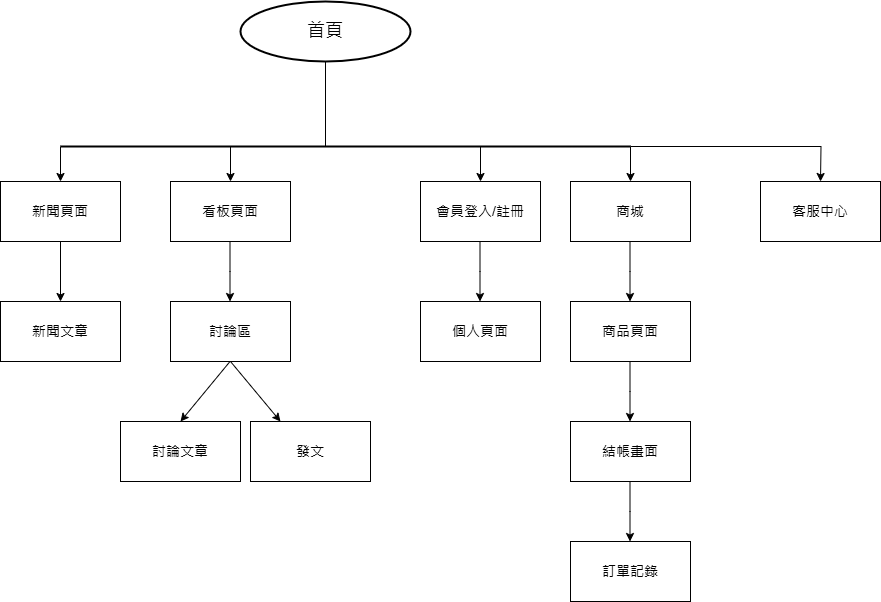
Before: docs/Architecture.drawio.png, a diagram exported from draw.io (tim93009/FinalProject_GameForum). Source tidied: cells renumbered, new cells last; positions are measured from the earlier drawing's top-left corner, leaving out a move shared by most shapes. The source it was exported from:
```xml
<mxGraphModel>
  <root>
    <mxCell id="0" />
    <mxCell id="1" parent="0" />
    <mxCell id="2" value="&lt;font style=&quot;font-size: 18px;&quot;&gt;首頁&lt;/font&gt;" style="strokeWidth=2;html=1;shape=mxgraph.flowchart.start_1;whiteSpace=wrap;" parent="1" vertex="1">
      <mxGeometry x="240" width="170" height="60" as="geometry" />
    </mxCell>
    <mxCell id="3" style="endArrow=none;html=1;rounded=0;entryX=0.5;entryY=1;entryDx=0;entryDy=0;entryPerimeter=0;exitX=0;exitY=0.5;exitDx=0;exitDy=0;exitPerimeter=0;" parent="1" edge="1" target="2">
      <mxGeometry relative="1" as="geometry">
        <mxPoint x="325" y="145" as="sourcePoint" />
      </mxGeometry>
    </mxCell>
    <mxCell id="4" style="edgeStyle=orthogonalEdgeStyle;rounded=0;jettySize=auto;html=1;exitX=0;exitY=0.5;exitDx=0;exitDy=0;exitPerimeter=0;" parent="1" edge="1" source="9">
      <mxGeometry relative="1" as="geometry">
        <mxPoint x="60" y="180" as="targetPoint" />
      </mxGeometry>
    </mxCell>
    <mxCell id="5" style="edgeStyle=orthogonalEdgeStyle;rounded=0;jettySize=auto;html=1;exitX=0.25;exitY=0.5;exitDx=0;exitDy=0;exitPerimeter=0;" parent="1" edge="1" source="9">
      <mxGeometry relative="1" as="geometry">
        <mxPoint x="230" y="180" as="targetPoint" />
        <Array as="points">
          <mxPoint x="230" y="145" />
        </Array>
      </mxGeometry>
    </mxCell>
    <mxCell id="6" style="edgeStyle=orthogonalEdgeStyle;rounded=0;jettySize=auto;html=1;exitX=0.75;exitY=0.5;exitDx=0;exitDy=0;exitPerimeter=0;" parent="1" edge="1" source="9">
      <mxGeometry relative="1" as="geometry">
        <mxPoint x="480" y="180" as="targetPoint" />
      </mxGeometry>
    </mxCell>
    <mxCell id="7" style="edgeStyle=orthogonalEdgeStyle;rounded=0;jettySize=auto;html=1;exitX=1;exitY=0.5;exitDx=0;exitDy=0;exitPerimeter=0;" parent="1" edge="1" source="9">
      <mxGeometry relative="1" as="geometry">
        <mxPoint x="630" y="180" as="targetPoint" />
      </mxGeometry>
    </mxCell>
    <mxCell id="8" style="edgeStyle=orthogonalEdgeStyle;rounded=0;jettySize=auto;html=1;" parent="1" edge="1" source="9">
      <mxGeometry relative="1" as="geometry">
        <mxPoint x="820" y="180" as="targetPoint" />
      </mxGeometry>
    </mxCell>
    <mxCell id="9" style="line;strokeWidth=2;html=1;" parent="1" vertex="1">
      <mxGeometry x="60" y="140" width="570" height="10" as="geometry" />
    </mxCell>
    <mxCell id="10" value="&lt;font style=&quot;font-size: 14px;&quot;&gt;新聞頁面&lt;/font&gt;" style="rounded=0;whiteSpace=wrap;html=1;" parent="1" vertex="1">
      <mxGeometry y="180" width="120" height="60" as="geometry" />
    </mxCell>
    <mxCell id="11" style="endArrow=classic;html=1;rounded=0;exitX=0.5;exitY=1;exitDx=0;exitDy=0;" parent="1" edge="1" source="10">
      <mxGeometry relative="1" as="geometry">
        <mxPoint x="60" y="300" as="targetPoint" />
      </mxGeometry>
    </mxCell>
    <mxCell id="12" value="&lt;font style=&quot;font-size: 14px;&quot;&gt;新聞文章&lt;/font&gt;" style="rounded=0;whiteSpace=wrap;html=1;" parent="1" vertex="1">
      <mxGeometry y="300" width="120" height="60" as="geometry" />
    </mxCell>
    <mxCell id="13" value="&lt;font style=&quot;font-size: 14px;&quot;&gt;看板頁面&lt;/font&gt;" style="rounded=0;whiteSpace=wrap;html=1;" parent="1" vertex="1">
      <mxGeometry x="170" y="180" width="120" height="60" as="geometry" />
    </mxCell>
    <mxCell id="14" style="endArrow=classic;html=1;rounded=0;exitX=0.5;exitY=1;exitDx=0;exitDy=0;" parent="1" edge="1">
      <mxGeometry relative="1" as="geometry">
        <mxPoint x="229.5" y="240" as="sourcePoint" />
        <mxPoint x="229.5" y="300" as="targetPoint" />
        <Array as="points">
          <mxPoint x="229.5" y="270" />
        </Array>
      </mxGeometry>
    </mxCell>
    <mxCell id="15" value="&lt;font style=&quot;font-size: 14px;&quot;&gt;討論區&lt;/font&gt;" style="rounded=0;whiteSpace=wrap;html=1;" parent="1" vertex="1">
      <mxGeometry x="170" y="300" width="120" height="60" as="geometry" />
    </mxCell>
    <mxCell id="16" value="&lt;font style=&quot;font-size: 14px;&quot;&gt;會員登入/註冊&lt;/font&gt;" style="rounded=0;whiteSpace=wrap;html=1;" parent="1" vertex="1">
      <mxGeometry x="420" y="180" width="120" height="60" as="geometry" />
    </mxCell>
    <mxCell id="17" style="endArrow=classic;html=1;rounded=0;exitX=0.5;exitY=1;exitDx=0;exitDy=0;" parent="1" edge="1">
      <mxGeometry relative="1" as="geometry">
        <mxPoint x="479.5" y="240" as="sourcePoint" />
        <mxPoint x="479.5" y="300" as="targetPoint" />
        <Array as="points">
          <mxPoint x="479.5" y="270" />
        </Array>
      </mxGeometry>
    </mxCell>
    <mxCell id="18" value="&lt;font style=&quot;font-size: 14px;&quot;&gt;個人頁面&lt;/font&gt;" style="rounded=0;whiteSpace=wrap;html=1;" parent="1" vertex="1">
      <mxGeometry x="420" y="300" width="120" height="60" as="geometry" />
    </mxCell>
    <mxCell id="19" value="&lt;font style=&quot;font-size: 14px;&quot;&gt;商城&lt;/font&gt;" style="rounded=0;whiteSpace=wrap;html=1;" parent="1" vertex="1">
      <mxGeometry x="570" y="180" width="120" height="60" as="geometry" />
    </mxCell>
    <mxCell id="20" style="endArrow=classic;html=1;rounded=0;exitX=0.5;exitY=1;exitDx=0;exitDy=0;" parent="1" edge="1">
      <mxGeometry relative="1" as="geometry">
        <mxPoint x="629.5" y="240" as="sourcePoint" />
        <mxPoint x="629.5" y="300" as="targetPoint" />
        <Array as="points">
          <mxPoint x="629.5" y="270" />
        </Array>
      </mxGeometry>
    </mxCell>
    <mxCell id="21" value="&lt;font style=&quot;font-size: 14px;&quot;&gt;商品頁面&lt;/font&gt;" style="rounded=0;whiteSpace=wrap;html=1;" parent="1" vertex="1">
      <mxGeometry x="570" y="300" width="120" height="60" as="geometry" />
    </mxCell>
    <mxCell id="22" value="&lt;font style=&quot;font-size: 14px;&quot;&gt;討論文章&lt;/font&gt;" style="rounded=0;whiteSpace=wrap;html=1;" parent="1" vertex="1">
      <mxGeometry x="120" y="420" width="120" height="60" as="geometry" />
    </mxCell>
    <mxCell id="23" style="endArrow=classic;html=1;rounded=0;exitX=0.5;exitY=1;exitDx=0;exitDy=0;entryX=0.5;entryY=0;entryDx=0;entryDy=0;" parent="1" edge="1" target="22">
      <mxGeometry relative="1" as="geometry">
        <mxPoint x="229.5" y="360" as="sourcePoint" />
      </mxGeometry>
    </mxCell>
    <mxCell id="24" style="endArrow=classic;html=1;rounded=0;exitX=0.5;exitY=1;exitDx=0;exitDy=0;" parent="1" edge="1" source="15">
      <mxGeometry relative="1" as="geometry">
        <mxPoint x="280" y="420" as="targetPoint" />
      </mxGeometry>
    </mxCell>
    <mxCell id="25" value="&lt;font style=&quot;font-size: 14px;&quot;&gt;發文&lt;/font&gt;" style="rounded=0;whiteSpace=wrap;html=1;" parent="1" vertex="1">
      <mxGeometry x="250" y="420" width="120" height="60" as="geometry" />
    </mxCell>
    <mxCell id="26" value="&lt;font style=&quot;font-size: 14px;&quot;&gt;客服中心&lt;/font&gt;" style="rounded=0;whiteSpace=wrap;html=1;" parent="1" vertex="1">
      <mxGeometry x="760" y="180" width="120" height="60" as="geometry" />
    </mxCell>
    <mxCell id="27" style="endArrow=classic;html=1;rounded=0;exitX=0.5;exitY=1;exitDx=0;exitDy=0;" parent="1" edge="1">
      <mxGeometry relative="1" as="geometry">
        <mxPoint x="629.5" y="360" as="sourcePoint" />
        <mxPoint x="629.5" y="420" as="targetPoint" />
        <Array as="points">
          <mxPoint x="629.5" y="390" />
        </Array>
      </mxGeometry>
    </mxCell>
    <mxCell id="28" value="&lt;font style=&quot;font-size: 14px;&quot;&gt;結帳畫面&lt;/font&gt;" style="rounded=0;whiteSpace=wrap;html=1;" parent="1" vertex="1">
      <mxGeometry x="570" y="420" width="120" height="60" as="geometry" />
    </mxCell>
    <mxCell id="29" style="endArrow=classic;html=1;rounded=0;exitX=0.5;exitY=1;exitDx=0;exitDy=0;" parent="1" edge="1">
      <mxGeometry relative="1" as="geometry">
        <mxPoint x="629.5" y="480" as="sourcePoint" />
        <mxPoint x="629.5" y="540" as="targetPoint" />
        <Array as="points">
          <mxPoint x="629.5" y="510" />
        </Array>
      </mxGeometry>
    </mxCell>
    <mxCell id="30" value="&lt;font style=&quot;font-size: 14px;&quot;&gt;訂單記錄&lt;/font&gt;" style="rounded=0;whiteSpace=wrap;html=1;" parent="1" vertex="1">
      <mxGeometry x="570" y="540" width="120" height="60" as="geometry" />
    </mxCell>
  </root>
</mxGraphModel>
```
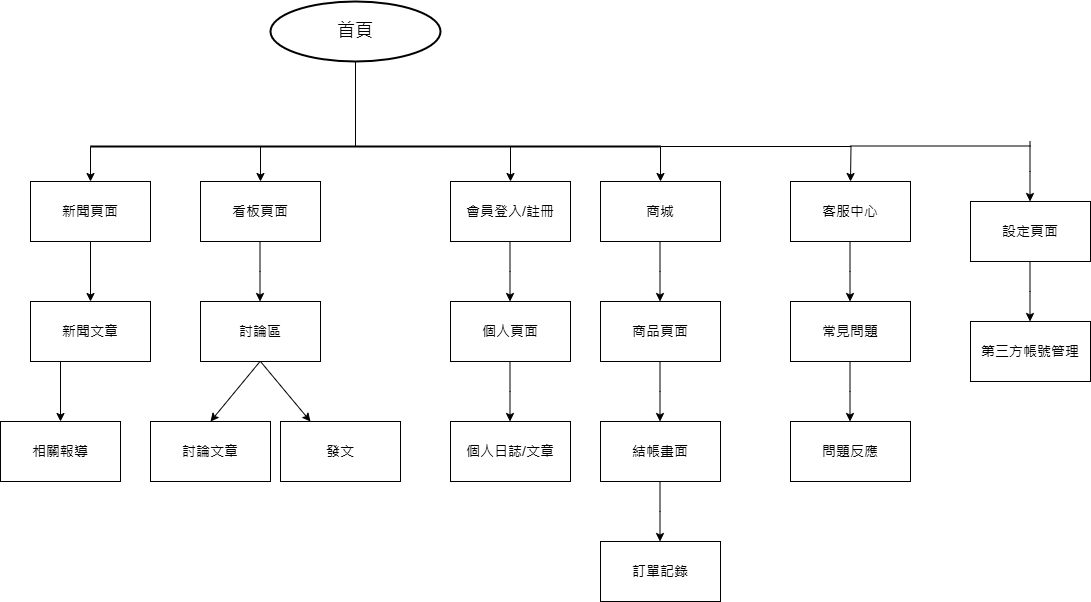
After the change.

Commit message:
更改架構圖

Change to the diagram source:
```diff
@@ -140,5 +140,80 @@
     <mxCell id="30" value="&lt;font style=&quot;font-size: 14px;&quot;&gt;訂單記錄&lt;/font&gt;" style="rounded=0;whiteSpace=wrap;html=1;" parent="1" vertex="1">
       <mxGeometry x="570" y="540" width="120" height="60" as="geometry" />
     </mxCell>
+    <mxCell id="31" style="endArrow=classic;html=1;rounded=0;exitX=0.5;exitY=1;exitDx=0;exitDy=0;" parent="1" edge="1">
+      <mxGeometry relative="1" as="geometry">
+        <mxPoint x="819.5" y="240" as="sourcePoint" />
+        <mxPoint x="819.5" y="300" as="targetPoint" />
+        <Array as="points">
+          <mxPoint x="819.5" y="270" />
+        </Array>
+      </mxGeometry>
+    </mxCell>
+    <mxCell id="32" value="&lt;span style=&quot;font-size: 14px;&quot;&gt;常見問題&lt;/span&gt;" style="rounded=0;whiteSpace=wrap;html=1;" parent="1" vertex="1">
+      <mxGeometry x="760" y="300" width="120" height="60" as="geometry" />
+    </mxCell>
+    <mxCell id="33" style="endArrow=classic;html=1;rounded=0;exitX=0.5;exitY=1;exitDx=0;exitDy=0;" parent="1" edge="1">
+      <mxGeometry relative="1" as="geometry">
+        <mxPoint x="819.5" y="360" as="sourcePoint" />
+        <mxPoint x="819.5" y="420" as="targetPoint" />
+        <Array as="points">
+          <mxPoint x="819.5" y="390" />
+        </Array>
+      </mxGeometry>
+    </mxCell>
+    <mxCell id="34" value="&lt;font style=&quot;font-size: 14px;&quot;&gt;問題反應&lt;/font&gt;" style="rounded=0;whiteSpace=wrap;html=1;" parent="1" vertex="1">
+      <mxGeometry x="760" y="420" width="120" height="60" as="geometry" />
+    </mxCell>
+    <mxCell id="35" style="endArrow=classic;html=1;rounded=0;exitX=0.5;exitY=1;exitDx=0;exitDy=0;" parent="1" edge="1">
+      <mxGeometry relative="1" as="geometry">
+        <mxPoint x="30" y="360" as="sourcePoint" />
+        <mxPoint x="30" y="420" as="targetPoint" />
+      </mxGeometry>
+    </mxCell>
+    <mxCell id="36" value="&lt;font style=&quot;font-size: 14px;&quot;&gt;相關報導&lt;/font&gt;" style="rounded=0;whiteSpace=wrap;html=1;" parent="1" vertex="1">
+      <mxGeometry x="-30" y="420" width="120" height="60" as="geometry" />
+    </mxCell>
+    <mxCell id="37" style="endArrow=classic;html=1;rounded=0;exitX=0.5;exitY=1;exitDx=0;exitDy=0;" parent="1" edge="1">
+      <mxGeometry relative="1" as="geometry">
+        <mxPoint x="479.5" y="360" as="sourcePoint" />
+        <mxPoint x="479.5" y="420" as="targetPoint" />
+        <Array as="points">
+          <mxPoint x="479.5" y="390" />
+        </Array>
+      </mxGeometry>
+    </mxCell>
+    <mxCell id="38" value="&lt;font style=&quot;font-size: 14px;&quot;&gt;個人日誌/文章&lt;/font&gt;" style="rounded=0;whiteSpace=wrap;html=1;" parent="1" vertex="1">
+      <mxGeometry x="420" y="420" width="120" height="60" as="geometry" />
+    </mxCell>
+    <mxCell id="39" style="endArrow=none;html=1;rounded=0;" parent="1" edge="1">
+      <mxGeometry relative="1" as="geometry">
+        <mxPoint x="820" y="144.5" as="sourcePoint" />
+        <mxPoint x="1000" y="144.5" as="targetPoint" />
+      </mxGeometry>
+    </mxCell>
+    <mxCell id="40" style="endArrow=classic;html=1;rounded=0;exitX=0.5;exitY=1;exitDx=0;exitDy=0;" parent="1" edge="1">
+      <mxGeometry relative="1" as="geometry">
+        <mxPoint x="999.5" y="140" as="sourcePoint" />
+        <mxPoint x="999.5" y="200" as="targetPoint" />
+        <Array as="points">
+          <mxPoint x="999.5" y="170" />
+        </Array>
+      </mxGeometry>
+    </mxCell>
+    <mxCell id="41" value="&lt;font style=&quot;font-size: 14px;&quot;&gt;設定頁面&lt;/font&gt;" style="rounded=0;whiteSpace=wrap;html=1;" parent="1" vertex="1">
+      <mxGeometry x="940" y="200" width="120" height="60" as="geometry" />
+    </mxCell>
+    <mxCell id="42" style="endArrow=classic;html=1;rounded=0;exitX=0.5;exitY=1;exitDx=0;exitDy=0;" parent="1" edge="1">
+      <mxGeometry relative="1" as="geometry">
+        <mxPoint x="999.5" y="260" as="sourcePoint" />
+        <mxPoint x="999.5" y="320" as="targetPoint" />
+        <Array as="points">
+          <mxPoint x="999.5" y="290" />
+        </Array>
+      </mxGeometry>
+    </mxCell>
+    <mxCell id="43" value="&lt;font style=&quot;font-size: 14px;&quot;&gt;第三方帳號管理&lt;/font&gt;" style="rounded=0;whiteSpace=wrap;html=1;" parent="1" vertex="1">
+      <mxGeometry x="940" y="320" width="120" height="60" as="geometry" />
+    </mxCell>
   </root>
 </mxGraphModel>
```
